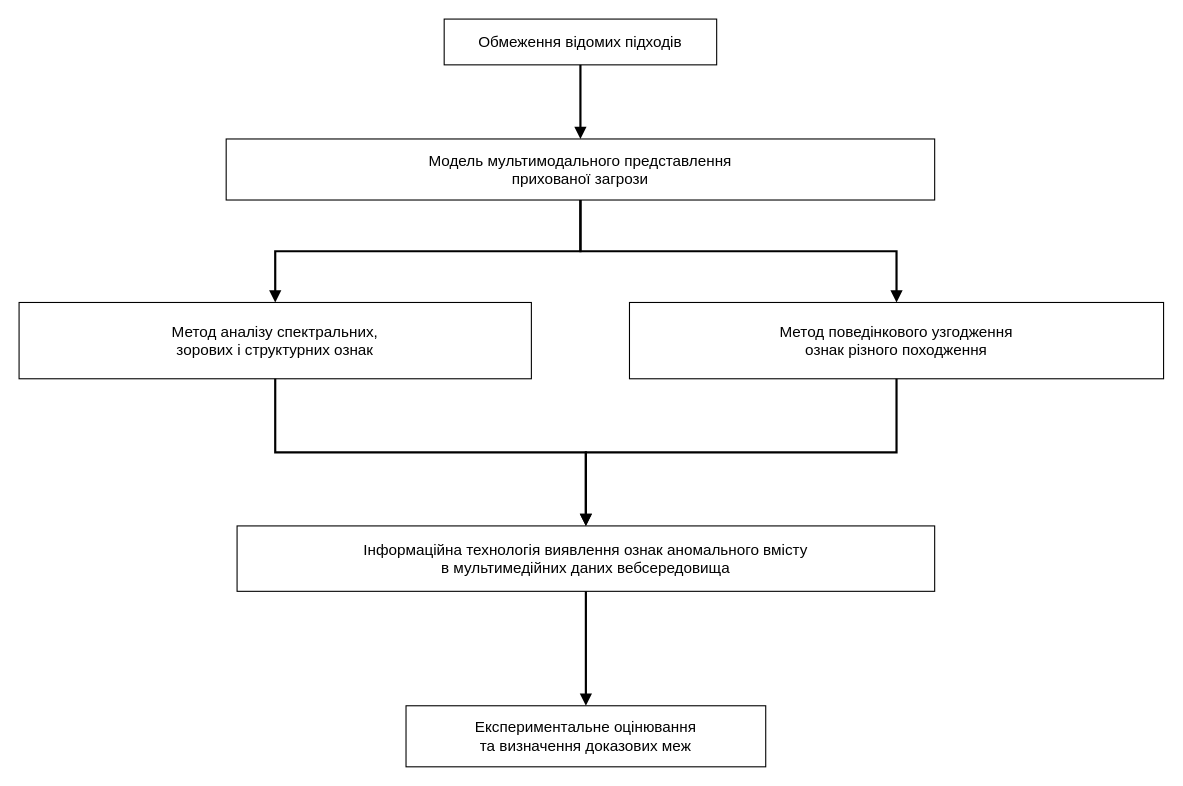
The draw.io diagram title/figures_drawio/fig_1_3_research_logic.drawio in oleksandrmelnychenko/dima-phd, before the edit. Source tidied: cells renumbered, new cells numbered last; positions are measured from the earlier drawing's top-left corner, leaving out a move shared by most shapes. Both pictures are drawn from the tidied source at 109%, with x=0, y=0 at pixel (19, 19).
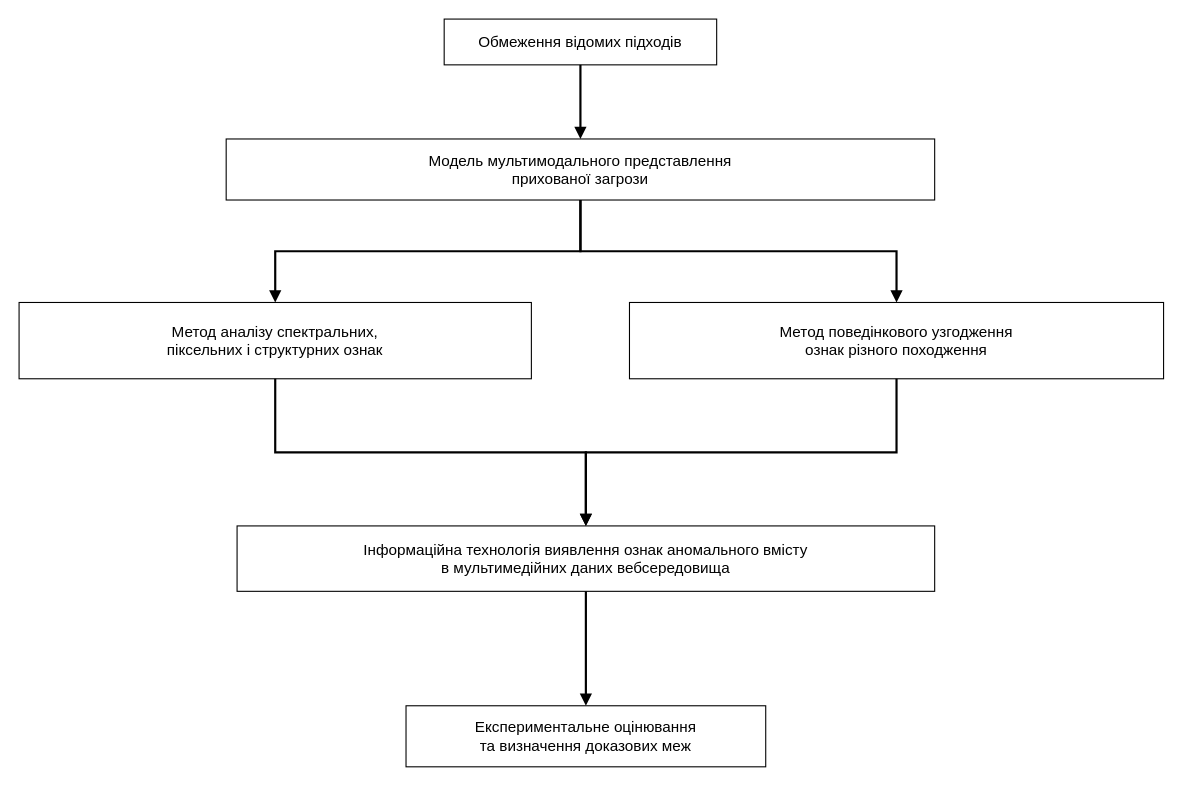
The same page after the edit.

What changed in the source:
```diff
@@
 <mxGraphModel>
   <root>
     <mxCell id="0" />
     <mxCell id="1" parent="0" />
     <mxCell id="2" value="Обмеження відомих підходів" style="rounded=0;whiteSpace=wrap;html=1;fillColor=#ffffff;strokeColor=#000000;fontColor=#000000;fontSize=14;align=center;verticalAlign=middle;spacing=4;" parent="1" vertex="1">
       <mxGeometry x="390" width="250" height="42" as="geometry" />
     </mxCell>
     <mxCell id="3" value="Модель мультимодального представлення&lt;br&gt;прихованої загрози" style="rounded=0;whiteSpace=wrap;html=1;fillColor=#ffffff;strokeColor=#000000;fontColor=#000000;fontSize=14;align=center;verticalAlign=middle;spacing=4;" parent="1" vertex="1">
       <mxGeometry x="190" y="110" width="650" height="56" as="geometry" />
     </mxCell>
-    <mxCell id="4" value="Метод аналізу спектральних,&lt;br&gt;зорових і структурних ознак" style="rounded=0;whiteSpace=wrap;html=1;fillColor=#ffffff;strokeColor=#000000;fontColor=#000000;fontSize=14;align=center;verticalAlign=middle;spacing=4;" parent="1" vertex="1">
+    <mxCell id="4" value="Метод аналізу спектральних,&lt;br&gt;піксельних і структурних ознак" style="rounded=0;whiteSpace=wrap;html=1;fillColor=#ffffff;strokeColor=#000000;fontColor=#000000;fontSize=14;align=center;verticalAlign=middle;spacing=4;" parent="1" vertex="1">
       <mxGeometry y="260" width="470" height="70" as="geometry" />
     </mxCell>
     <mxCell id="5" value="Метод поведінкового узгодження&lt;br&gt;ознак різного походження" style="rounded=0;whiteSpace=wrap;html=1;fillColor=#ffffff;strokeColor=#000000;fontColor=#000000;fontSize=14;align=center;verticalAlign=middle;spacing=4;" parent="1" vertex="1">
       <mxGeometry x="560" y="260" width="490" height="70" as="geometry" />
     </mxCell>
     <mxCell id="6" value="Інформаційна технологія виявлення ознак аномального вмісту&lt;br&gt;в мультимедійних даних вебсередовища" style="rounded=0;whiteSpace=wrap;html=1;fillColor=#ffffff;strokeColor=#000000;fontColor=#000000;fontSize=14;align=center;verticalAlign=middle;spacing=4;" parent="1" vertex="1">
       <mxGeometry x="200" y="465" width="640" height="60" as="geometry" />
     </mxCell>
     <mxCell id="7" value="Експериментальне оцінювання&lt;br&gt;та визначення доказових меж" style="rounded=0;whiteSpace=wrap;html=1;fillColor=#ffffff;strokeColor=#000000;fontColor=#000000;fontSize=14;align=center;verticalAlign=middle;spacing=4;" parent="1" vertex="1">
       <mxGeometry x="355" y="630" width="330" height="56" as="geometry" />
     </mxCell>
     <mxCell id="8" style="edgeStyle=orthogonalEdgeStyle;rounded=0;jettySize=auto;html=1;endArrow=block;endFill=1;strokeColor=#000000;strokeWidth=2;" parent="1" edge="1" source="2" target="3">
       <mxGeometry relative="1" as="geometry" />
     </mxCell>
     <mxCell id="9" style="edgeStyle=orthogonalEdgeStyle;rounded=0;jettySize=auto;html=1;endArrow=block;endFill=1;strokeColor=#000000;strokeWidth=2;" parent="1" edge="1" source="3" target="4">
       <mxGeometry relative="1" as="geometry" />
     </mxCell>
     <mxCell id="10" style="edgeStyle=orthogonalEdgeStyle;rounded=0;jettySize=auto;html=1;endArrow=block;endFill=1;strokeColor=#000000;strokeWidth=2;" parent="1" edge="1" source="3" target="5">
       <mxGeometry relative="1" as="geometry" />
     </mxCell>
     <mxCell id="11" style="edgeStyle=orthogonalEdgeStyle;rounded=0;jettySize=auto;html=1;endArrow=block;endFill=1;strokeColor=#000000;strokeWidth=2;" parent="1" edge="1" source="4" target="6">
       <mxGeometry relative="1" as="geometry" />
     </mxCell>
     <mxCell id="12" style="edgeStyle=orthogonalEdgeStyle;rounded=0;jettySize=auto;html=1;endArrow=block;endFill=1;strokeColor=#000000;strokeWidth=2;" parent="1" edge="1" source="5" target="6">
       <mxGeometry relative="1" as="geometry" />
     </mxCell>
     <mxCell id="13" style="edgeStyle=orthogonalEdgeStyle;rounded=0;jettySize=auto;html=1;endArrow=block;endFill=1;strokeColor=#000000;strokeWidth=2;" parent="1" edge="1" source="6" target="7">
       <mxGeometry relative="1" as="geometry" />
     </mxCell>
   </root>
 </mxGraphModel>
```
